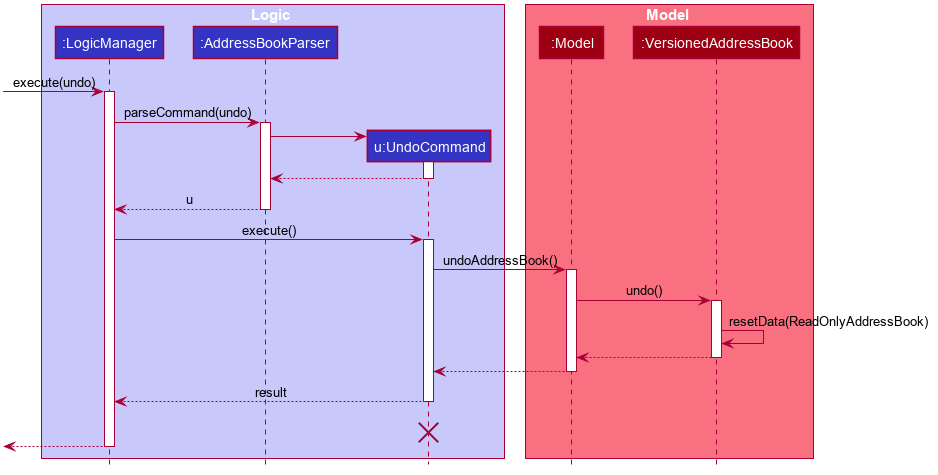
ryanpeh/SmartNUS keeps this PlantUML diagram as docs/images/developer-guide/UndoSequenceDiagram.png. Above is the earlier version.
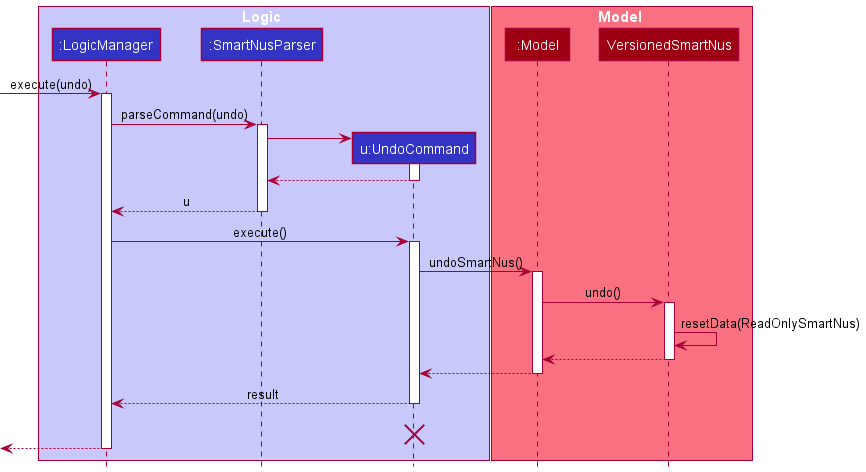
The same diagram one commit later.

Change to the diagram source:
```diff
@@ -1,91 +1,44 @@
 @startuml
+!include style.puml
 
-
-
-
-
-
-
-
-skinparam BackgroundColor #FFFFFFF
-
-skinparam Shadowing false
-
-skinparam Class {
-    FontColor #FFFFFF
-    BorderThickness 1
-    BorderColor #FFFFFF
-    StereotypeFontColor #FFFFFF
-    FontName Arial
-}
-
-skinparam Actor {
-    BorderColor #000000
-    Color #000000
-    FontName Arial
-}
-
-skinparam Sequence {
-    MessageAlign center
-    BoxFontSize 15
-    BoxPadding 0
-    BoxFontColor #FFFFFF
-    FontName Arial
-}
-
-skinparam Participant {
-    FontColor #FFFFFFF
-    Padding 20
-}
-
-skinparam MinClassWidth 50
-skinparam ParticipantPadding 10
-skinparam Shadowing false
-skinparam DefaultTextAlignment center
-skinparam packageStyle Rectangle
-
-hide footbox
-hide members
-hide circle
-
-box Logic #C8C8FA
-participant ":LogicManager" as LogicManager #3333C4
-participant ":AddressBookParser" as AddressBookParser #3333C4
-participant "u:UndoCommand" as UndoCommand #3333C4
+box Logic LOGIC_COLOR_T1
+participant ":LogicManager" as LogicManager LOGIC_COLOR
+participant ":SmartNusParser" as SmartNusParser LOGIC_COLOR
+participant "u:UndoCommand" as UndoCommand LOGIC_COLOR
 end box
 
-box Model #F97181
-participant ":Model" as Model #9D0012
-participant ":VersionedAddressBook" as VersionedAddressBook #9D0012
+box Model MODEL_COLOR_T1
+participant ":Model" as Model MODEL_COLOR
+participant VersionedSmartNus as VersionedSmartNus MODEL_COLOR
 end box
 [-> LogicManager : execute(undo)
 activate LogicManager
 
-LogicManager -> AddressBookParser : parseCommand(undo)
-activate AddressBookParser
+LogicManager -> SmartNusParser : parseCommand(undo)
+activate SmartNusParser
 
 create UndoCommand
-AddressBookParser -> UndoCommand
+SmartNusParser -> UndoCommand
 activate UndoCommand
 
-UndoCommand --> AddressBookParser
+UndoCommand --> SmartNusParser
 deactivate UndoCommand
 
-AddressBookParser --> LogicManager : u
-deactivate AddressBookParser
+SmartNusParser --> LogicManager : u
+deactivate SmartNusParser
 
 LogicManager -> UndoCommand : execute()
 activate UndoCommand
 
-UndoCommand -> Model : undoAddressBook()
+UndoCommand -> Model : undoSmartNus()
 activate Model
 
-Model -> VersionedAddressBook : undo()
-activate VersionedAddressBook
+Model -> VersionedSmartNus : undo()
+activate VersionedSmartNus
 
-VersionedAddressBook -> VersionedAddressBook :resetData(ReadOnlyAddressBook)
-VersionedAddressBook --> Model :
-deactivate VersionedAddressBook
+VersionedSmartNus -> VersionedSmartNus :resetData(ReadOnlySmartNus)
+VersionedSmartNus --> Model :
+deactivate VersionedSmartNus
 
 Model --> UndoCommand
 deactivate Model
```
